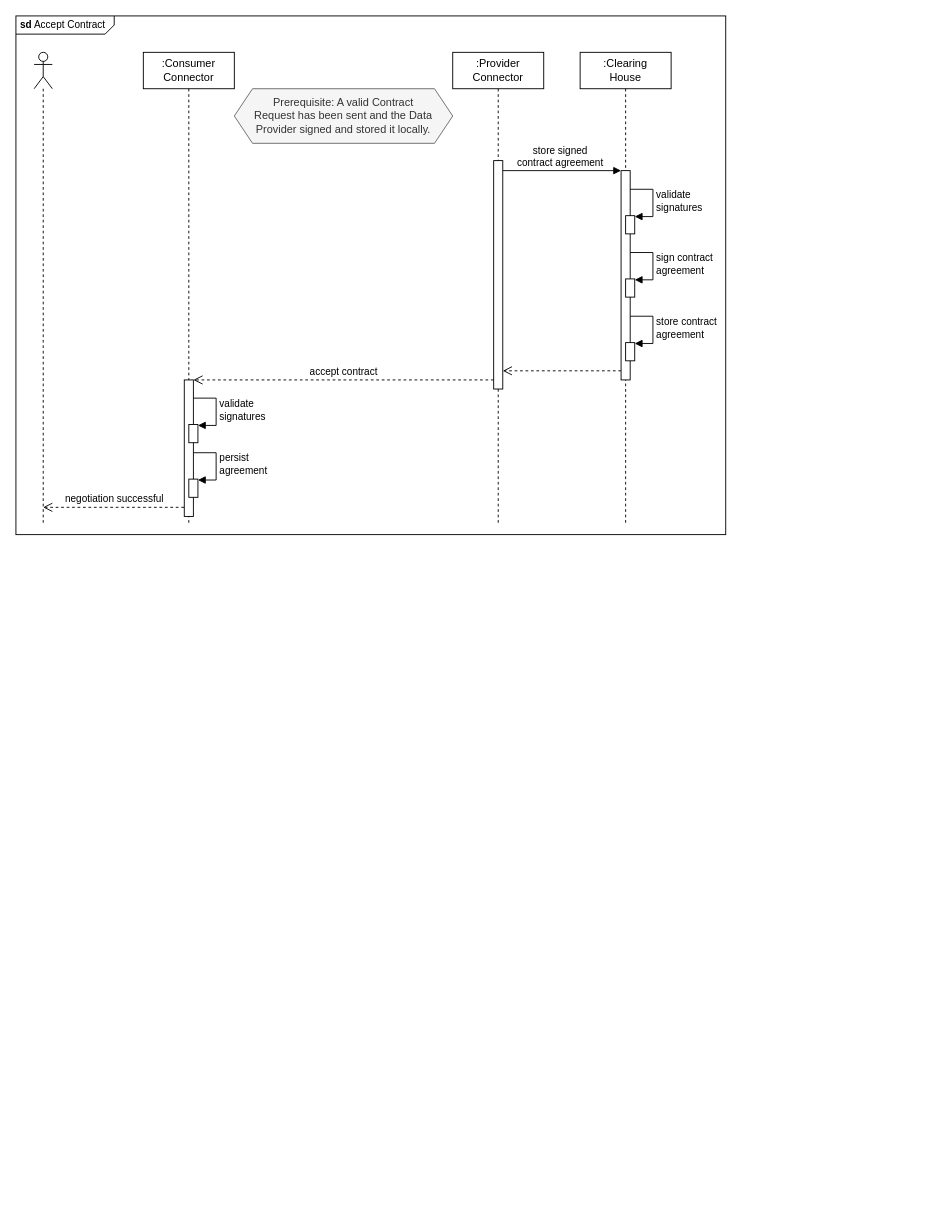
Before: documentation/3_Layers_of_the_Reference_Architecture_Model/3_3_Process_Layer/media/policy-negotiation-sequence-4.drawio in International-Data-Spaces-Association/IDS-RAM_4_0, a draw.io diagram. Source tidied: cells renumbered, new cells numbered last; positions are measured from the earlier drawing's top-left corner, leaving out a move shared by most shapes. Both pictures are drawn from the tidied source at 91%, with x=0, y=0 at pixel (15, 15).
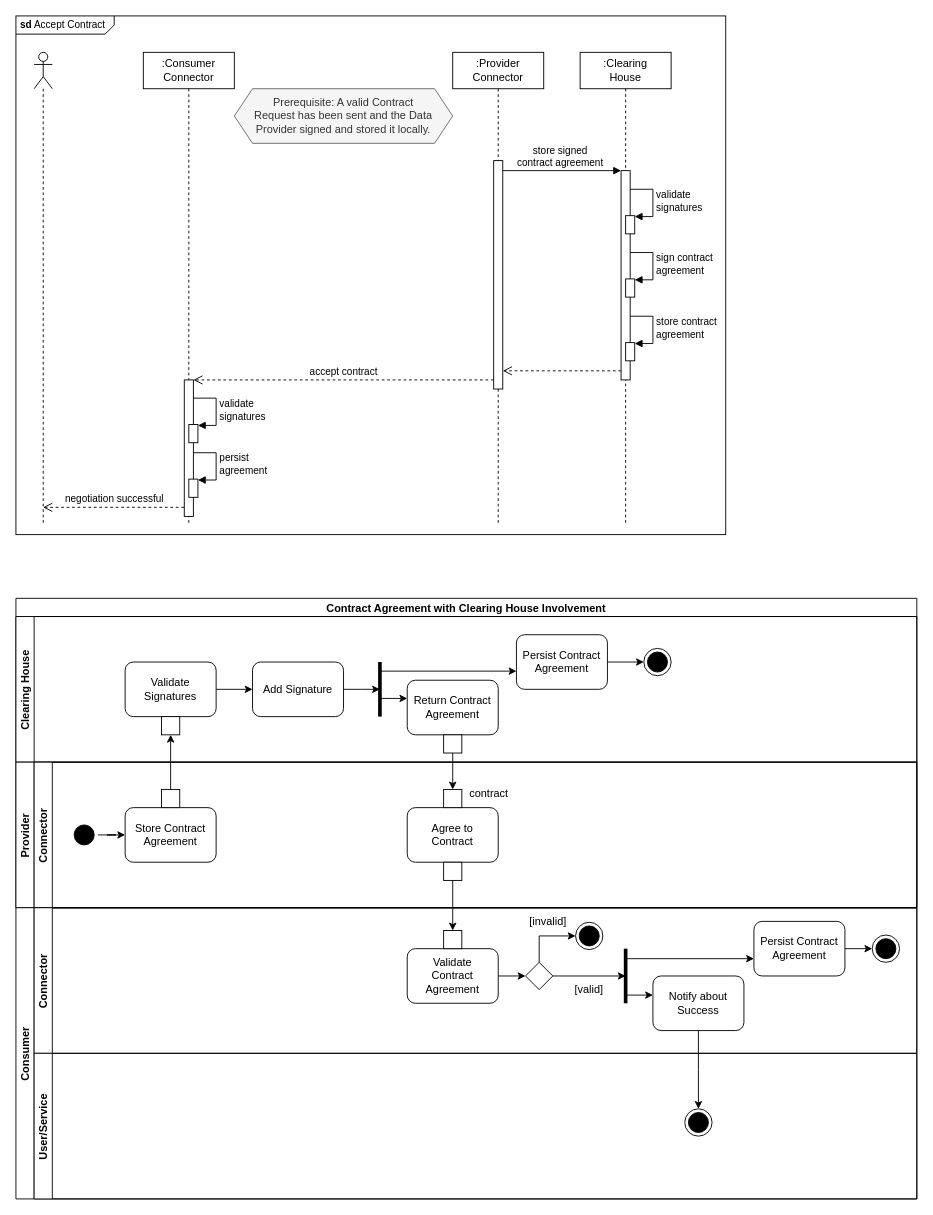
Above is the later version.

Commit message (it also covers changes not shown here):
chore: apply feedback + replace sequence diagrams by activity diagrams

Diff of the diagram source:
```diff
@@
+    <mxCell id="25" value="Contract Agreement with Clearing House Involvement" style="swimlane;horizontal=1;startSize=20;fontStyle=1;" parent="1" vertex="1">
+      <mxGeometry y="640" width="990" height="340" as="geometry" />
+    </mxCell>
+    <mxCell id="26" value="Clearing House" style="swimlane;startSize=20;horizontal=0;" parent="25" vertex="1">
+      <mxGeometry y="20" width="990" height="160" as="geometry" />
+    </mxCell>
+    <mxCell id="27" style="edgeStyle=orthogonalEdgeStyle;rounded=0;jettySize=auto;html=1;exitX=1;exitY=0.5;exitDx=0;exitDy=0;entryX=0;entryY=0.5;entryDx=0;entryDy=0;strokeWidth=1;" parent="26" edge="1" source="28" target="30">
+      <mxGeometry relative="1" as="geometry" />
+    </mxCell>
+    <mxCell id="28" value="Validate Signatures" style="rounded=1;whiteSpace=wrap;html=1;strokeColor=default;" parent="26" vertex="1">
+      <mxGeometry x="120" y="50" width="100" height="60" as="geometry" />
+    </mxCell>
+    <mxCell id="29" style="rounded=0;whiteSpace=wrap;html=1;strokeColor=default;" parent="26" vertex="1">
+      <mxGeometry x="160" y="110" width="20" height="20" as="geometry" />
+    </mxCell>
+    <mxCell id="30" value="Add Signature" style="rounded=1;whiteSpace=wrap;html=1;strokeColor=default;" parent="26" vertex="1">
+      <mxGeometry x="260" y="50" width="100" height="60" as="geometry" />
+    </mxCell>
+    <mxCell id="31" style="endArrow=none;html=1;rounded=0;strokeWidth=4;" parent="26" edge="1">
+      <mxGeometry relative="1" as="geometry">
+        <mxPoint x="400" y="110" as="sourcePoint" />
+        <mxPoint x="400" y="50" as="targetPoint" />
+      </mxGeometry>
+    </mxCell>
+    <mxCell id="32" style="edgeStyle=orthogonalEdgeStyle;rounded=0;jettySize=auto;html=1;exitX=1;exitY=0.5;exitDx=0;exitDy=0;entryX=0;entryY=0.5;entryDx=0;entryDy=0;strokeWidth=1;" parent="26" edge="1" source="33" target="34">
+      <mxGeometry relative="1" as="geometry" />
+    </mxCell>
+    <mxCell id="33" value="Persist Contract Agreement" style="rounded=1;whiteSpace=wrap;html=1;strokeColor=default;" parent="26" vertex="1">
+      <mxGeometry x="550" y="20" width="100" height="60" as="geometry" />
+    </mxCell>
+    <mxCell id="34" style="ellipse;html=1;shape=endState;fillColor=#000000;strokeColor=#000000;" parent="26" vertex="1">
+      <mxGeometry x="690" y="35" width="30" height="30" as="geometry" />
+    </mxCell>
+    <mxCell id="35" value="Return Contract Agreement" style="rounded=1;whiteSpace=wrap;html=1;strokeColor=default;" parent="26" vertex="1">
+      <mxGeometry x="430" y="70" width="100" height="60" as="geometry" />
+    </mxCell>
+    <mxCell id="36" style="rounded=0;whiteSpace=wrap;html=1;strokeColor=default;" parent="26" vertex="1">
+      <mxGeometry x="470" y="130" width="20" height="20" as="geometry" />
+    </mxCell>
+    <mxCell id="37" value="Provider" style="swimlane;startSize=20;horizontal=0;" parent="25" vertex="1">
+      <mxGeometry y="180" width="990" height="160" as="geometry" />
+    </mxCell>
+    <mxCell id="38" value="Connector" style="swimlane;startSize=20;horizontal=0;" parent="37" vertex="1">
+      <mxGeometry x="20" width="970" height="160" as="geometry" />
+    </mxCell>
+    <mxCell id="39" style="ellipse;html=1;shape=startState;fillColor=#000000;strokeColor=default;" parent="38" vertex="1">
+      <mxGeometry x="40" y="65" width="30" height="30" as="geometry" />
+    </mxCell>
+    <mxCell id="40" value="Store Contract&lt;br&gt;Agreement" style="rounded=1;whiteSpace=wrap;html=1;strokeColor=default;" parent="38" vertex="1">
+      <mxGeometry x="100" y="50" width="100" height="60" as="geometry" />
+    </mxCell>
+    <mxCell id="41" style="edgeStyle=orthogonalEdgeStyle;rounded=0;jettySize=auto;html=1;exitX=1;exitY=0.5;exitDx=0;exitDy=0;" parent="38" edge="1" source="39" target="40">
+      <mxGeometry relative="1" as="geometry" />
+    </mxCell>
+    <mxCell id="42" style="rounded=0;whiteSpace=wrap;html=1;strokeColor=default;" parent="38" vertex="1">
+      <mxGeometry x="140" y="30" width="20" height="20" as="geometry" />
+    </mxCell>
+    <mxCell id="43" value="Agree to &lt;br&gt;Contract" style="rounded=1;whiteSpace=wrap;html=1;strokeColor=default;" parent="38" vertex="1">
+      <mxGeometry x="410" y="50" width="100" height="60" as="geometry" />
+    </mxCell>
+    <mxCell id="44" style="rounded=0;whiteSpace=wrap;html=1;strokeColor=default;" parent="38" vertex="1">
+      <mxGeometry x="450" y="30" width="20" height="20" as="geometry" />
+    </mxCell>
+    <mxCell id="45" style="rounded=0;whiteSpace=wrap;html=1;strokeColor=default;" parent="38" vertex="1">
+      <mxGeometry x="450" y="110" width="20" height="20" as="geometry" />
+    </mxCell>
+    <mxCell id="46" value="contract" style="text;html=1;strokeColor=none;fillColor=none;align=center;verticalAlign=middle;whiteSpace=wrap;rounded=0;" parent="38" vertex="1">
+      <mxGeometry x="470" y="20" width="60" height="30" as="geometry" />
+    </mxCell>
+    <mxCell id="47" style="edgeStyle=orthogonalEdgeStyle;rounded=0;jettySize=auto;html=1;exitX=0.5;exitY=0;exitDx=0;exitDy=0;entryX=0.5;entryY=1;entryDx=0;entryDy=0;strokeWidth=1;" parent="25" edge="1" source="42" target="29">
+      <mxGeometry relative="1" as="geometry" />
+    </mxCell>
+    <mxCell id="48" style="edgeStyle=orthogonalEdgeStyle;rounded=0;jettySize=auto;html=1;exitX=0.5;exitY=1;exitDx=0;exitDy=0;entryX=0.5;entryY=0;entryDx=0;entryDy=0;strokeWidth=1;" parent="25" edge="1" source="36" target="44">
+      <mxGeometry relative="1" as="geometry" />
+    </mxCell>
+    <mxCell id="49" value="Consumer" style="swimlane;startSize=20;horizontal=0;" parent="1" vertex="1">
+      <mxGeometry y="980" width="990" height="320" as="geometry" />
+    </mxCell>
+    <mxCell id="50" value="Connector" style="swimlane;startSize=20;horizontal=0;" parent="49" vertex="1">
+      <mxGeometry x="20" width="970" height="160" as="geometry" />
+    </mxCell>
+    <mxCell id="51" value="User/Service" style="swimlane;startSize=20;horizontal=0;" parent="50" vertex="1">
+      <mxGeometry y="160" width="970" height="160" as="geometry" />
+    </mxCell>
+    <mxCell id="52" value="Validate &lt;br&gt;Contract &lt;br&gt;Agreement" style="rounded=1;whiteSpace=wrap;html=1;strokeColor=default;" parent="50" vertex="1">
+      <mxGeometry x="410" y="45" width="100" height="60" as="geometry" />
+    </mxCell>
+    <mxCell id="53" style="rounded=0;whiteSpace=wrap;html=1;strokeColor=default;" parent="50" vertex="1">
+      <mxGeometry x="450" y="25" width="20" height="20" as="geometry" />
+    </mxCell>
+    <mxCell id="54" style="endArrow=none;html=1;rounded=0;strokeWidth=4;" parent="50" edge="1">
+      <mxGeometry relative="1" as="geometry">
+        <mxPoint x="650" y="105" as="sourcePoint" />
+        <mxPoint x="650" y="45" as="targetPoint" />
+      </mxGeometry>
+    </mxCell>
+    <mxCell id="55" value="Persist Contract&lt;br&gt;Agreement" style="rounded=1;whiteSpace=wrap;html=1;strokeColor=default;" parent="50" vertex="1">
+      <mxGeometry x="791" y="15" width="100" height="60" as="geometry" />
+    </mxCell>
+    <mxCell id="56" style="ellipse;html=1;shape=endState;fillColor=#000000;strokeColor=#000000;" parent="50" vertex="1">
+      <mxGeometry x="921" y="30" width="30" height="30" as="geometry" />
+    </mxCell>
+    <mxCell id="57" style="edgeStyle=orthogonalEdgeStyle;rounded=0;jettySize=auto;html=1;exitX=1;exitY=0.5;exitDx=0;exitDy=0;entryX=0;entryY=0.5;entryDx=0;entryDy=0;strokeWidth=1;" parent="50" edge="1" source="55" target="56">
+      <mxGeometry relative="1" as="geometry" />
+    </mxCell>
+    <mxCell id="58" value="Notify about Success" style="rounded=1;whiteSpace=wrap;html=1;strokeColor=default;" parent="50" vertex="1">
+      <mxGeometry x="680" y="75" width="100" height="60" as="geometry" />
+    </mxCell>
+    <mxCell id="59" style="rhombus;whiteSpace=wrap;html=1;strokeColor=default;" parent="50" vertex="1">
+      <mxGeometry x="540" y="60" width="30" height="30" as="geometry" />
+    </mxCell>
+    <mxCell id="60" value="[valid]" style="text;html=1;strokeColor=none;fillColor=none;align=center;verticalAlign=middle;whiteSpace=wrap;rounded=0;" parent="50" vertex="1">
+      <mxGeometry x="580" y="75" width="60" height="30" as="geometry" />
+    </mxCell>
+    <mxCell id="61" style="ellipse;html=1;shape=endState;fillColor=#000000;strokeColor=#000000;" parent="50" vertex="1">
+      <mxGeometry x="595" y="16" width="30" height="30" as="geometry" />
+    </mxCell>
+    <mxCell id="62" value="[invalid]" style="text;html=1;strokeColor=none;fillColor=none;align=center;verticalAlign=middle;whiteSpace=wrap;rounded=0;" parent="50" vertex="1">
+      <mxGeometry x="535" width="60" height="30" as="geometry" />
+    </mxCell>
+    <mxCell id="63" style="edgeStyle=orthogonalEdgeStyle;rounded=0;jettySize=auto;html=1;exitX=1;exitY=0.5;exitDx=0;exitDy=0;strokeWidth=1;" parent="50" edge="1" source="52">
+      <mxGeometry relative="1" as="geometry">
+        <mxPoint x="540" y="75" as="targetPoint" />
+      </mxGeometry>
+    </mxCell>
+    <mxCell id="64" style="edgeStyle=orthogonalEdgeStyle;rounded=0;orthogonalLoop=1;jettySize=auto;html=1;exitX=0;exitY=0.75;exitDx=0;exitDy=0;strokeWidth=1;entryX=0;entryY=0.75;entryDx=0;entryDy=0;" parent="50" edge="1">
+      <mxGeometry relative="1" as="geometry">
+        <mxPoint x="650" y="56" as="sourcePoint" />
+        <mxPoint x="791" y="56" as="targetPoint" />
+      </mxGeometry>
+    </mxCell>
+    <mxCell id="65" style="edgeStyle=orthogonalEdgeStyle;rounded=0;orthogonalLoop=1;jettySize=auto;html=1;exitX=0;exitY=0.25;exitDx=0;exitDy=0;strokeWidth=1;entryX=0;entryY=0.25;entryDx=0;entryDy=0;" parent="50" edge="1">
+      <mxGeometry relative="1" as="geometry">
+        <mxPoint x="650" y="96" as="sourcePoint" />
+        <mxPoint x="680" y="96" as="targetPoint" />
+      </mxGeometry>
+    </mxCell>
+    <mxCell id="66" style="edgeStyle=orthogonalEdgeStyle;rounded=0;jettySize=auto;html=1;exitX=0.5;exitY=0;exitDx=0;exitDy=0;entryX=0;entryY=0.5;entryDx=0;entryDy=0;strokeWidth=1;" parent="50" edge="1" source="59" target="61">
+      <mxGeometry relative="1" as="geometry" />
+    </mxCell>
+    <mxCell id="67" style="edgeStyle=orthogonalEdgeStyle;rounded=0;jettySize=auto;html=1;exitX=0.5;exitY=1;exitDx=0;exitDy=0;entryX=0.5;entryY=0;entryDx=0;entryDy=0;strokeWidth=1;" parent="50" edge="1" source="58">
+      <mxGeometry relative="1" as="geometry">
+        <mxPoint x="730" y="221" as="targetPoint" />
+      </mxGeometry>
+    </mxCell>
+    <mxCell id="68" style="edgeStyle=orthogonalEdgeStyle;rounded=0;jettySize=auto;html=1;exitX=1;exitY=0.5;exitDx=0;exitDy=0;strokeWidth=1;" parent="50" edge="1" source="59">
+      <mxGeometry relative="1" as="geometry">
+        <mxPoint x="650" y="75" as="targetPoint" />
+      </mxGeometry>
+    </mxCell>
+    <mxCell id="69" style="edgeStyle=orthogonalEdgeStyle;rounded=0;jettySize=auto;html=1;exitX=1;exitY=0.5;exitDx=0;exitDy=0;strokeWidth=1;" parent="1" edge="1" source="30">
+      <mxGeometry relative="1" as="geometry">
+        <mxPoint x="400" y="740" as="targetPoint" />
+      </mxGeometry>
+    </mxCell>
+    <mxCell id="70" style="edgeStyle=orthogonalEdgeStyle;rounded=0;orthogonalLoop=1;jettySize=auto;html=1;exitX=0;exitY=0.75;exitDx=0;exitDy=0;strokeWidth=1;entryX=0;entryY=0.75;entryDx=0;entryDy=0;" parent="1" edge="1">
+      <mxGeometry relative="1" as="geometry">
+        <mxPoint x="400" y="720" as="sourcePoint" />
+        <mxPoint x="550" y="720" as="targetPoint" />
+      </mxGeometry>
+    </mxCell>
+    <mxCell id="71" style="edgeStyle=orthogonalEdgeStyle;rounded=0;orthogonalLoop=1;jettySize=auto;html=1;exitX=0;exitY=0.25;exitDx=0;exitDy=0;strokeWidth=1;entryX=0;entryY=0.25;entryDx=0;entryDy=0;" parent="1" edge="1">
+      <mxGeometry relative="1" as="geometry">
+        <mxPoint x="400" y="750" as="sourcePoint" />
+        <mxPoint x="430" y="750" as="targetPoint" />
+      </mxGeometry>
+    </mxCell>
+    <mxCell id="72" style="edgeStyle=orthogonalEdgeStyle;rounded=0;jettySize=auto;html=1;exitX=0.5;exitY=1;exitDx=0;exitDy=0;entryX=0.5;entryY=0;entryDx=0;entryDy=0;strokeWidth=1;" parent="1" edge="1" source="45" target="53">
+      <mxGeometry relative="1" as="geometry" />
+    </mxCell>
+    <mxCell id="73" style="ellipse;html=1;shape=endState;fillColor=#000000;strokeColor=#000000;" parent="1" vertex="1">
+      <mxGeometry x="735" y="1201" width="30" height="30" as="geometry" />
+    </mxCell>
```
